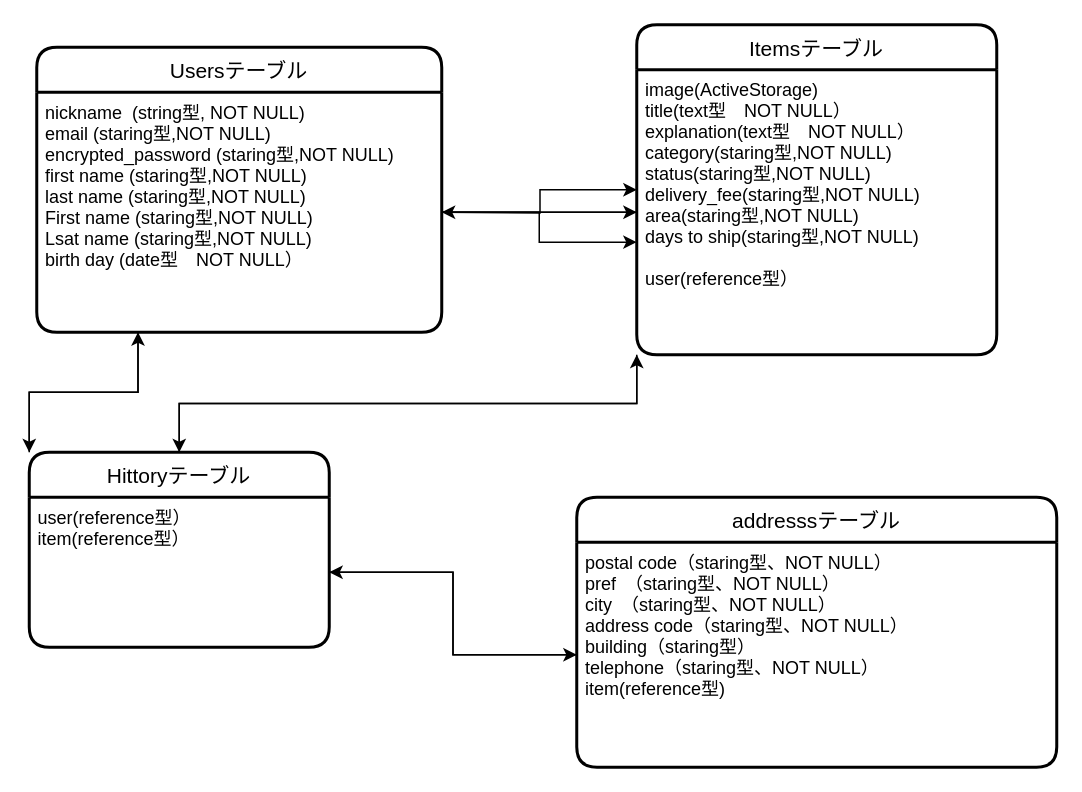
The draw.io diagram ER.dio in akihiro0119/furima-32010, before the edit. Source tidied: cells renumbered, new cells numbered last; positions are measured from the earlier drawing's top-left corner, leaving out a move shared by most shapes. Both pictures are drawn from the tidied source at 150%, with x=0, y=0 at pixel (28, 24).
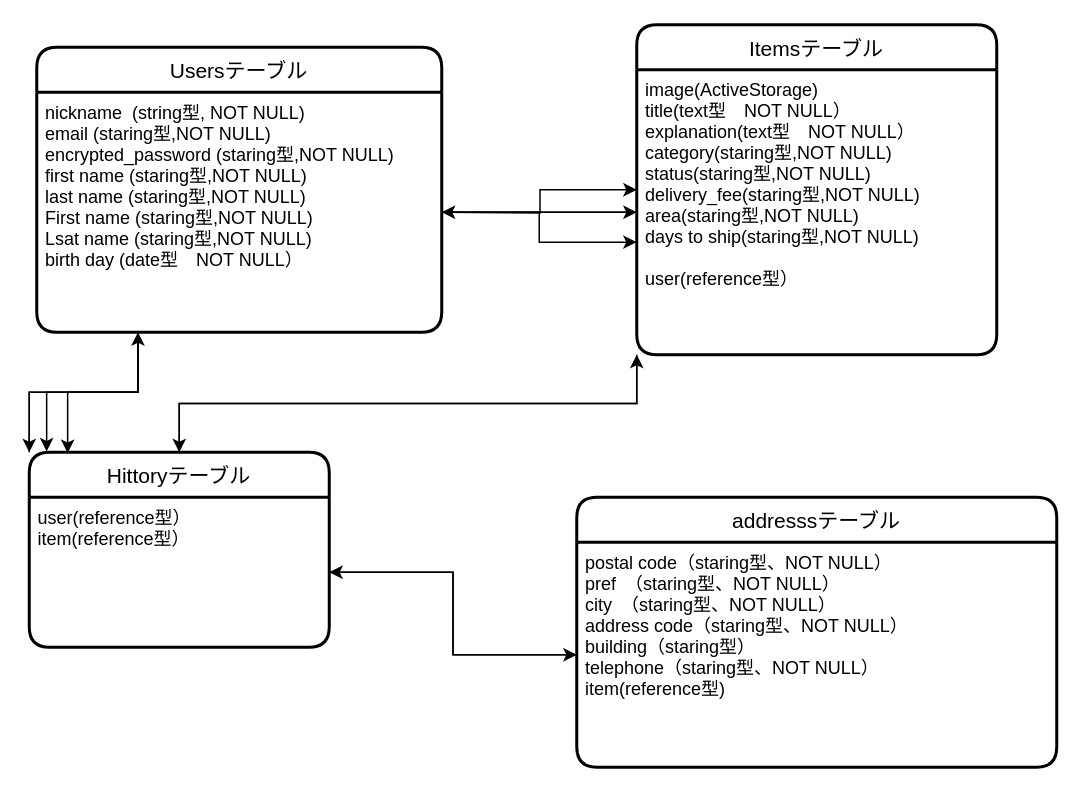
The same diagram, later.

Unchanged cells that the change refers to:
```xml
<mxCell id="3" value="nickname  (string型, NOT NULL)&#10;email (staring型,NOT NULL)&#10;encrypted_password (staring型,NOT NULL)&#10;first name (staring型,NOT NULL)&#10;last name (staring型,NOT NULL)&#10;First name (staring型,NOT NULL)&#10;Lsat name (staring型,NOT NULL)&#10;birth day (date型　NOT NULL）" style="align=left;strokeColor=none;fillColor=none;spacingLeft=4;fontSize=12;verticalAlign=top;rounded=1;" parent="2" vertex="1">
  <mxGeometry y="30" width="270" height="160" as="geometry" />
</mxCell>
<mxCell id="6" value="Hittoryテーブル" style="swimlane;horizontal=1;startSize=30;fontSize=14;fontStyle=0;strokeWidth=2;shadow=0;dashed=0;align=center;rounded=1;" parent="1" vertex="1">
  <mxGeometry y="285" width="200" height="130" as="geometry" />
</mxCell>
```

Diff of the diagram source:
```diff
@@
+    <mxCell id="20" style="edgeStyle=orthogonalEdgeStyle;rounded=0;jettySize=auto;html=1;exitX=0.25;exitY=1;exitDx=0;exitDy=0;entryX=0.058;entryY=-0.004;entryDx=0;entryDy=0;entryPerimeter=0;" parent="1" edge="1" source="3" target="6">
+      <mxGeometry relative="1" as="geometry" />
+    </mxCell>
+    <mxCell id="21" style="edgeStyle=orthogonalEdgeStyle;rounded=0;jettySize=auto;html=1;exitX=0.25;exitY=1;exitDx=0;exitDy=0;entryX=0.128;entryY=0.004;entryDx=0;entryDy=0;entryPerimeter=0;" parent="1" edge="1" source="3" target="6">
+      <mxGeometry relative="1" as="geometry" />
+    </mxCell>
```
